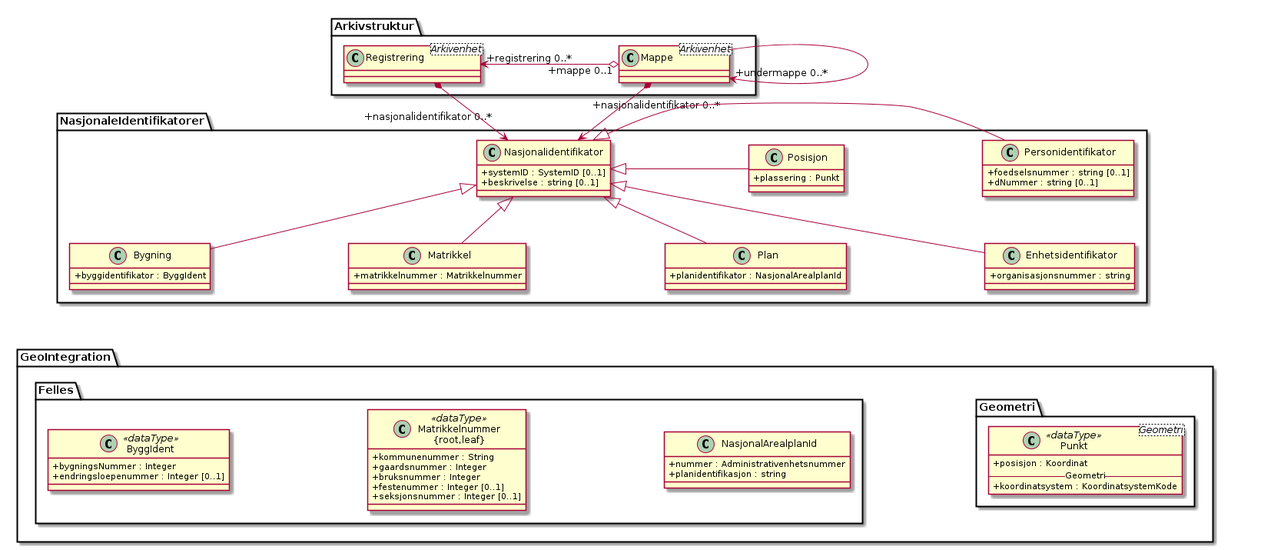
Before: kapitler/media/uml-bruken-av-nasjonalidentifikator.png, a diagram exported from PlantUML (arkivverket/noark5-tjenestegrensesnitt-standard).
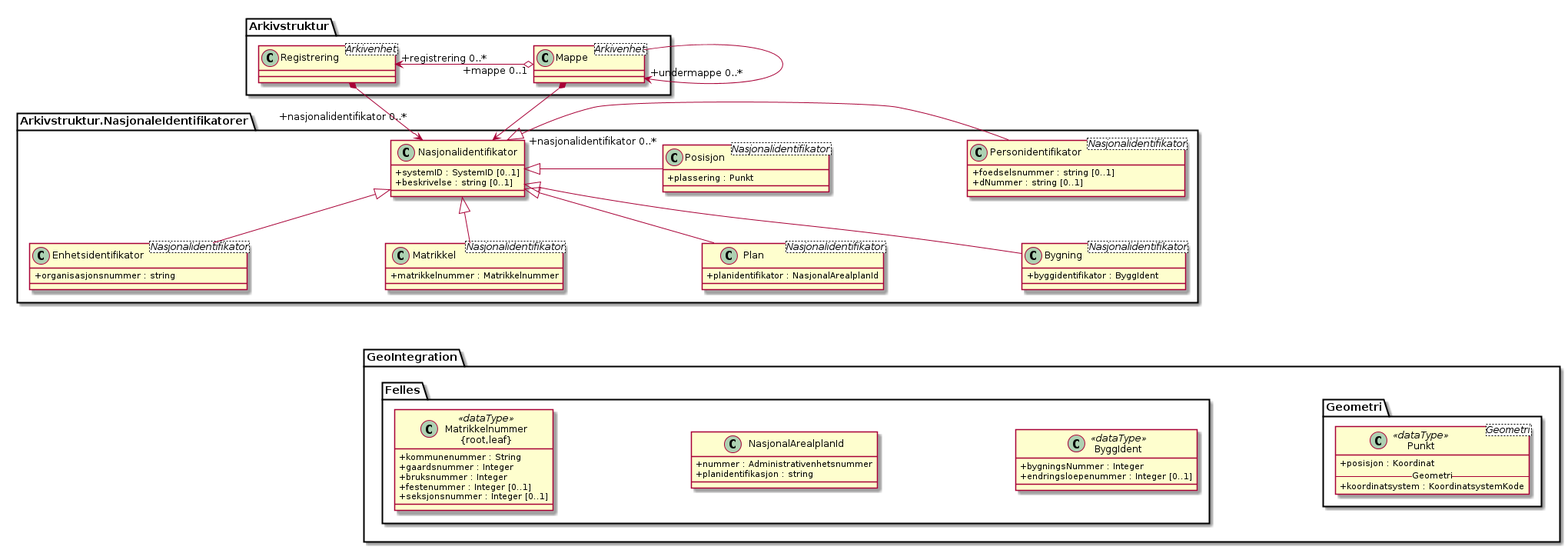
The same file after the commit.

What changed in the source:
```diff
@@ -2,32 +2,30 @@
 skinparam classAttributeIconSize 0
 skinparam nodesep 180
 
-class NasjonaleIdentifikatorer.Nasjonalidentifikator {
+class Arkivstruktur.Mappe <Arkivenhet>
+class Arkivstruktur.Registrering <Arkivenhet>
+class Arkivstruktur.NasjonaleIdentifikatorer.Bygning <Nasjonalidentifikator> {
+  +byggidentifikator : ByggIdent
+}
+class Arkivstruktur.NasjonaleIdentifikatorer.Enhetsidentifikator <Nasjonalidentifikator> {
+  +organisasjonsnummer : string
+}
+class Arkivstruktur.NasjonaleIdentifikatorer.Matrikkel <Nasjonalidentifikator> {
+  +matrikkelnummer : Matrikkelnummer
+}
+class Arkivstruktur.NasjonaleIdentifikatorer.Nasjonalidentifikator {
   +systemID : SystemID [0..1]
   +beskrivelse : string [0..1]
 }
-
-
-class Arkivstruktur.Mappe <Arkivenhet>
-class Arkivstruktur.Registrering <Arkivenhet>
-class NasjonaleIdentifikatorer.Enhetsidentifikator {
-  +organisasjonsnummer : string
-}
-class NasjonaleIdentifikatorer.Personidentifikator {
+class Arkivstruktur.NasjonaleIdentifikatorer.Personidentifikator <Nasjonalidentifikator> {
   +foedselsnummer : string [0..1]
   +dNummer : string [0..1]
 }
-class NasjonaleIdentifikatorer.Posisjon {
+class Arkivstruktur.NasjonaleIdentifikatorer.Plan <Nasjonalidentifikator> {
+  +planidentifikator : NasjonalArealplanId
+}
+class Arkivstruktur.NasjonaleIdentifikatorer.Posisjon <Nasjonalidentifikator> {
   +plassering : Punkt
-}
-class NasjonaleIdentifikatorer.Bygning {
-  +byggidentifikator : ByggIdent
-}
-class NasjonaleIdentifikatorer.Matrikkel {
-  +matrikkelnummer : Matrikkelnummer
-}
-class NasjonaleIdentifikatorer.Plan {
-  +planidentifikator : NasjonalArealplanId
 }
 
 package GeoIntegration {
@@ -57,23 +55,23 @@
       +gaardsnummer : Integer
       +bruksnummer : Integer
       +festenummer : Integer [0..1]
-     +seksjonsnummer : Integer [0..1]
+      +seksjonsnummer : Integer [0..1]
     }
   }
 }
 Arkivstruktur.Mappe --> "+undermappe 0..*" Arkivstruktur.Mappe
 Arkivstruktur.Registrering "+registrering 0..*" <-o "+mappe 0..1" Arkivstruktur.Mappe
-Arkivstruktur.Mappe *--> "+nasjonalidentifikator 0..*\n\n" NasjonaleIdentifikatorer.Nasjonalidentifikator
-Arkivstruktur.Registrering *--> "+nasjonalidentifikator 0..*\n" NasjonaleIdentifikatorer.Nasjonalidentifikator
-NasjonaleIdentifikatorer.Posisjon -|> NasjonaleIdentifikatorer.Nasjonalidentifikator
-NasjonaleIdentifikatorer.Nasjonalidentifikator <|- NasjonaleIdentifikatorer.Personidentifikator
-NasjonaleIdentifikatorer.Nasjonalidentifikator <|-- NasjonaleIdentifikatorer.Enhetsidentifikator
-NasjonaleIdentifikatorer.Nasjonalidentifikator <|-- NasjonaleIdentifikatorer.Bygning
-NasjonaleIdentifikatorer.Nasjonalidentifikator <|-- NasjonaleIdentifikatorer.Matrikkel
-NasjonaleIdentifikatorer.Nasjonalidentifikator <|-- NasjonaleIdentifikatorer.Plan
+Arkivstruktur.Mappe *--> "+nasjonalidentifikator 0..*\n\n" Arkivstruktur.NasjonaleIdentifikatorer.Nasjonalidentifikator
+Arkivstruktur.Registrering *--> "+nasjonalidentifikator 0..*\n" Arkivstruktur.NasjonaleIdentifikatorer.Nasjonalidentifikator
+Arkivstruktur.NasjonaleIdentifikatorer.Posisjon -|> Arkivstruktur.NasjonaleIdentifikatorer.Nasjonalidentifikator
+Arkivstruktur.NasjonaleIdentifikatorer.Nasjonalidentifikator <|- Arkivstruktur.NasjonaleIdentifikatorer.Personidentifikator
+Arkivstruktur.NasjonaleIdentifikatorer.Nasjonalidentifikator <|-- Arkivstruktur.NasjonaleIdentifikatorer.Enhetsidentifikator
+Arkivstruktur.NasjonaleIdentifikatorer.Nasjonalidentifikator <|-- Arkivstruktur.NasjonaleIdentifikatorer.Bygning
+Arkivstruktur.NasjonaleIdentifikatorer.Nasjonalidentifikator <|-- Arkivstruktur.NasjonaleIdentifikatorer.Matrikkel
+Arkivstruktur.NasjonaleIdentifikatorer.Nasjonalidentifikator <|-- Arkivstruktur.NasjonaleIdentifikatorer.Plan
 
-NasjonaleIdentifikatorer.Plan <-[hidden]-- NasjonalArealplanId
-NasjonaleIdentifikatorer.Posisjon <-[hidden]-- Punkt
-NasjonaleIdentifikatorer.Bygning <-[hidden]-- ByggIdent
-NasjonaleIdentifikatorer.Matrikkel <-[hidden]-- Matrikkelnummer
+Arkivstruktur.NasjonaleIdentifikatorer.Plan <-[hidden]-- NasjonalArealplanId
+Arkivstruktur.NasjonaleIdentifikatorer.Posisjon <-[hidden]-- Punkt
+Arkivstruktur.NasjonaleIdentifikatorer.Bygning <-[hidden]-- ByggIdent
+Arkivstruktur.NasjonaleIdentifikatorer.Matrikkel <-[hidden]-- Matrikkelnummer
 @enduml
```
